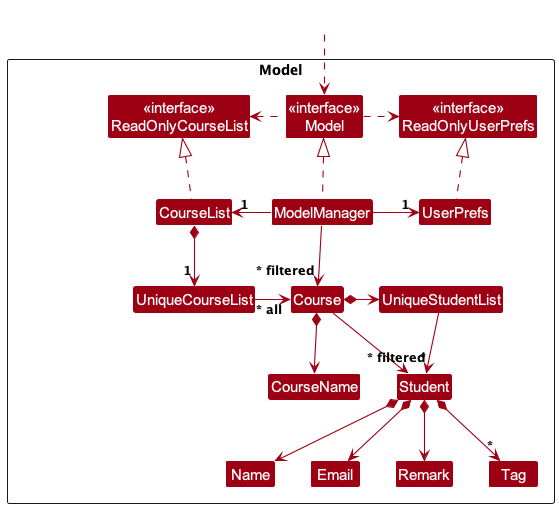
Earlier version of the PlantUML export docs/images/ModelClassDiagram.png (tiongjjyi/tp). Its diagram source:
```plantuml
@startuml
!include style.puml
skinparam arrowThickness 1.1
skinparam arrowColor MODEL_COLOR
skinparam classBackgroundColor MODEL_COLOR

Package Model as ModelPackage <<Rectangle>>{
Class "<<interface>>\nReadOnlyCourseList" as ReadOnlyCourseList
Class "<<interface>>\nReadOnlyUserPrefs" as ReadOnlyUserPrefs
Class "<<interface>>\nModel" as Model
Class CourseList
Class ModelManager
Class UserPrefs

Class UniqueCourseList
Class UniqueStudentList
Class Course
Class CourseName
Class Student
Class Name
Class Email
Class Remark
Class Tag

Class I #FFFFFF
}

Class HiddenOutside #FFFFFF
HiddenOutside ..> Model

CourseList .up.|> ReadOnlyCourseList

ModelManager .up.|> Model
Model .right.> ReadOnlyUserPrefs
Model .left.> ReadOnlyCourseList
ModelManager -left-> "1" CourseList
ModelManager -right-> "1" UserPrefs
ModelManager --> "~* filtered" Course
UserPrefs .up.|> ReadOnlyUserPrefs

CourseList *--> "1" UniqueCourseList
UniqueCourseList -right-> "~* all" Course
Course *-down-> CourseName
Course *-right-> UniqueStudentList
Course --> "~* filtered" Student
UniqueStudentList -down-> "*" Student
Student *-down-> Name
Student *-down-> Email
Student *-down-> Remark
Student *-down-> "*" Tag

@enduml
```
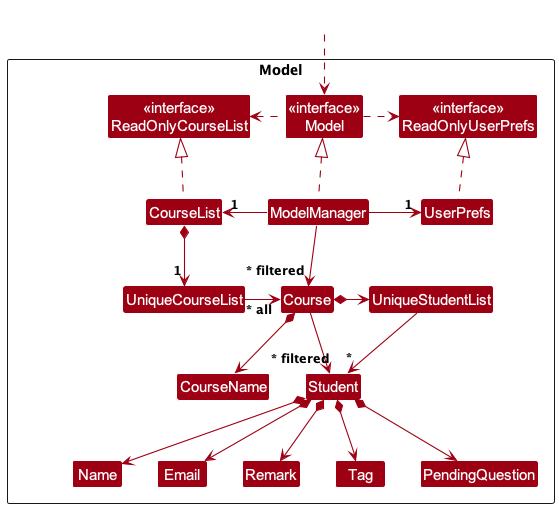
Later version of the same file.

Diff of the diagram source:
```diff
@@ -21,6 +21,7 @@
 Class Email
 Class Remark
 Class Tag
+Class PendingQuestion
 
 Class I #FFFFFF
 }
@@ -47,6 +48,7 @@
 Student *-down-> Name
 Student *-down-> Email
 Student *-down-> Remark
-Student *-down-> "*" Tag
+Student *-down-> Tag
+Student *-down-> PendingQuestion
 
 @enduml
```
